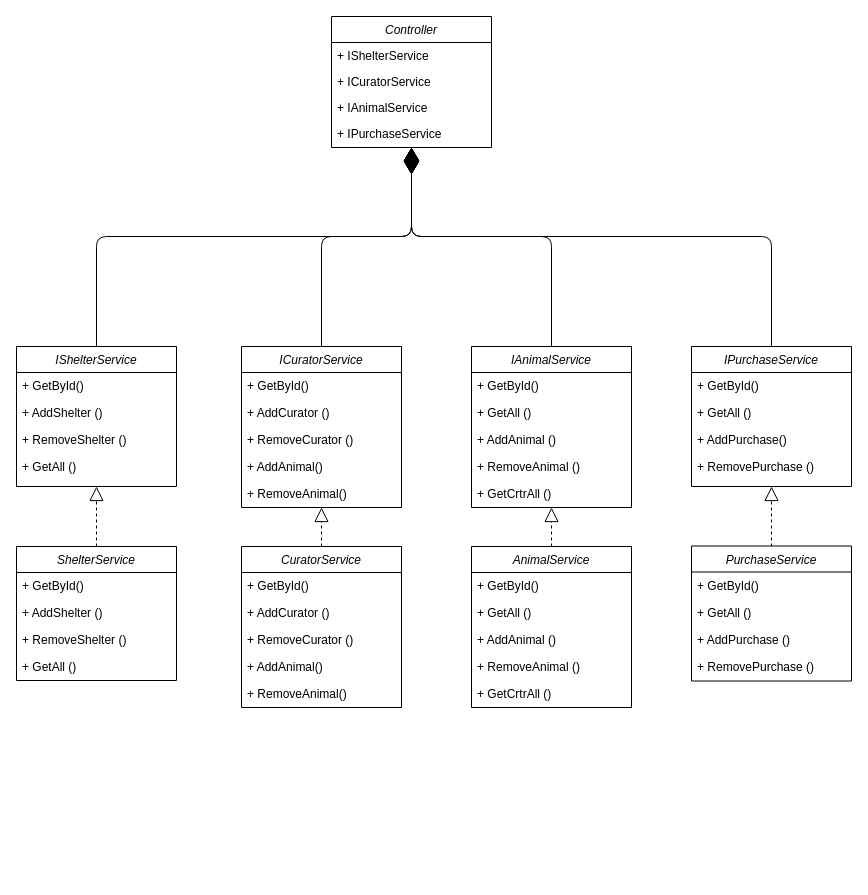
Laiika/bmstu-iu7-sd keeps this draw.io diagram as diagrams/BL.drawio. Above is the earlier version. Source tidied: cells renumbered, new cells numbered last; positions are measured from the earlier drawing's top-left corner, leaving out a move shared by most shapes. Both pictures are drawn from the tidied source at 100%, with x=0, y=0 at pixel (16, 16).
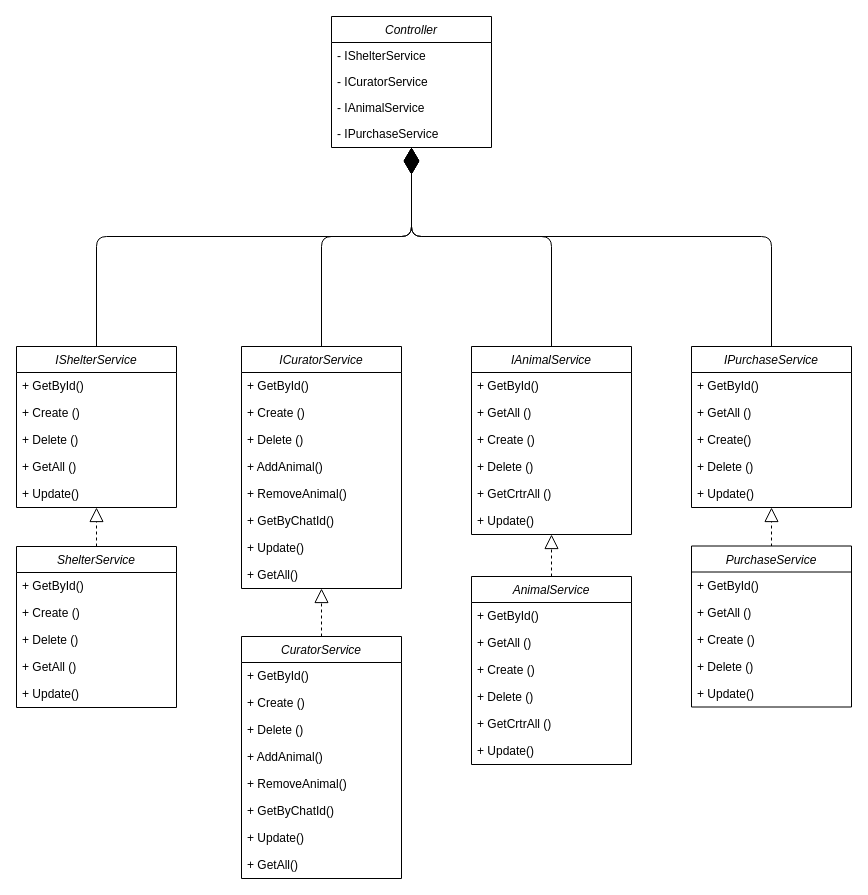
The same page after the edit.

Commit message (it also covers changes not shown here):
пофиксила диаграммы

Unchanged cells that the change refers to:
```xml
<mxCell id="2" value="Controller" style="swimlane;fontStyle=2;align=center;verticalAlign=top;horizontal=1;startSize=26;rounded=0;shadow=0;strokeWidth=1;" parent="1" vertex="1">
  <mxGeometry x="315" width="160" height="131" as="geometry" />
</mxCell>
```

Diff of the diagram source:
```diff
@@
-    <mxCell id="3" value="+ IShelterService" style="text;align=left;verticalAlign=top;spacingLeft=4;spacingRight=4;overflow=hidden;rounded=0;shadow=0;html=0;" parent="2" vertex="1">
+    <mxCell id="3" value="- IShelterService" style="text;align=left;verticalAlign=top;spacingLeft=4;spacingRight=4;overflow=hidden;rounded=0;shadow=0;html=0;" parent="2" vertex="1">
       <mxGeometry y="26" width="160" height="26" as="geometry" />
     </mxCell>
-    <mxCell id="4" value="+ ICuratorService" style="text;align=left;verticalAlign=top;spacingLeft=4;spacingRight=4;overflow=hidden;rounded=0;shadow=0;html=0;" parent="2" vertex="1">
+    <mxCell id="4" value="- ICuratorService" style="text;align=left;verticalAlign=top;spacingLeft=4;spacingRight=4;overflow=hidden;rounded=0;shadow=0;html=0;" parent="2" vertex="1">
       <mxGeometry y="52" width="160" height="26" as="geometry" />
     </mxCell>
-    <mxCell id="5" value="+ IAnimalService" style="text;align=left;verticalAlign=top;spacingLeft=4;spacingRight=4;overflow=hidden;rounded=0;shadow=0;html=0;" parent="2" vertex="1">
+    <mxCell id="5" value="- IAnimalService" style="text;align=left;verticalAlign=top;spacingLeft=4;spacingRight=4;overflow=hidden;rounded=0;shadow=0;html=0;" parent="2" vertex="1">
       <mxGeometry y="78" width="160" height="26" as="geometry" />
     </mxCell>
-    <mxCell id="6" value="+ IPurchaseService" style="text;align=left;verticalAlign=top;spacingLeft=4;spacingRight=4;overflow=hidden;rounded=0;shadow=0;html=0;" parent="2" vertex="1">
+    <mxCell id="6" value="- IPurchaseService" style="text;align=left;verticalAlign=top;spacingLeft=4;spacingRight=4;overflow=hidden;rounded=0;shadow=0;html=0;" parent="2" vertex="1">
       <mxGeometry y="104" width="160" height="27" as="geometry" />
     </mxCell>
     <mxCell id="7" value="IShelterService" style="swimlane;fontStyle=2;align=center;verticalAlign=top;horizontal=1;startSize=26;rounded=0;shadow=0;strokeWidth=1;" parent="1" vertex="1">
-      <mxGeometry y="330" width="160" height="140" as="geometry" />
+      <mxGeometry y="330" width="160" height="161" as="geometry" />
     </mxCell>
@@
-    <mxCell id="9" value="+ AddShelter ()" style="text;align=left;verticalAlign=top;spacingLeft=4;spacingRight=4;overflow=hidden;rounded=0;shadow=0;html=0;" parent="7" vertex="1">
+    <mxCell id="9" value="+ Create ()" style="text;align=left;verticalAlign=top;spacingLeft=4;spacingRight=4;overflow=hidden;rounded=0;shadow=0;html=0;" parent="7" vertex="1">
       <mxGeometry y="53" width="160" height="27" as="geometry" />
     </mxCell>
-    <mxCell id="10" value="+ RemoveShelter ()" style="text;align=left;verticalAlign=top;spacingLeft=4;spacingRight=4;overflow=hidden;rounded=0;shadow=0;html=0;" parent="7" vertex="1">
+    <mxCell id="10" value="+ Delete ()" style="text;align=left;verticalAlign=top;spacingLeft=4;spacingRight=4;overflow=hidden;rounded=0;shadow=0;html=0;" parent="7" vertex="1">
       <mxGeometry y="80" width="160" height="27" as="geometry" />
     </mxCell>
@@
+    <mxCell id="59" value="+ Update()" style="text;align=left;verticalAlign=top;spacingLeft=4;spacingRight=4;overflow=hidden;rounded=0;shadow=0;html=0;" parent="7" vertex="1">
+      <mxGeometry y="134" width="160" height="27" as="geometry" />
+    </mxCell>
     <mxCell id="12" value="ShelterService" style="swimlane;fontStyle=2;align=center;verticalAlign=top;horizontal=1;startSize=26;rounded=0;shadow=0;strokeWidth=1;" parent="1" vertex="1">
-      <mxGeometry y="530" width="160" height="134" as="geometry" />
+      <mxGeometry y="530" width="160" height="161" as="geometry" />
     </mxCell>
@@
-    <mxCell id="14" value="+ AddShelter ()" style="text;align=left;verticalAlign=top;spacingLeft=4;spacingRight=4;overflow=hidden;rounded=0;shadow=0;html=0;" parent="12" vertex="1">
+    <mxCell id="14" value="+ Create ()" style="text;align=left;verticalAlign=top;spacingLeft=4;spacingRight=4;overflow=hidden;rounded=0;shadow=0;html=0;" parent="12" vertex="1">
       <mxGeometry y="53" width="160" height="27" as="geometry" />
     </mxCell>
-    <mxCell id="15" value="+ RemoveShelter ()" style="text;align=left;verticalAlign=top;spacingLeft=4;spacingRight=4;overflow=hidden;rounded=0;shadow=0;html=0;" parent="12" vertex="1">
+    <mxCell id="15" value="+ Delete ()" style="text;align=left;verticalAlign=top;spacingLeft=4;spacingRight=4;overflow=hidden;rounded=0;shadow=0;html=0;" parent="12" vertex="1">
       <mxGeometry y="80" width="160" height="27" as="geometry" />
     </mxCell>
@@
+    <mxCell id="60" value="+ Update()" style="text;align=left;verticalAlign=top;spacingLeft=4;spacingRight=4;overflow=hidden;rounded=0;shadow=0;html=0;" parent="12" vertex="1">
+      <mxGeometry y="134" width="160" height="27" as="geometry" />
+    </mxCell>
@@
     <mxCell id="19" value="ICuratorService" style="swimlane;fontStyle=2;align=center;verticalAlign=top;horizontal=1;startSize=26;rounded=0;shadow=0;strokeWidth=1;" parent="1" vertex="1">
-      <mxGeometry x="225" y="330" width="160" height="161" as="geometry" />
+      <mxGeometry x="225" y="330" width="160" height="242" as="geometry" />
     </mxCell>
@@
-    <mxCell id="21" value="+ AddCurator ()" style="text;align=left;verticalAlign=top;spacingLeft=4;spacingRight=4;overflow=hidden;rounded=0;shadow=0;html=0;" parent="19" vertex="1">
+    <mxCell id="21" value="+ Create ()" style="text;align=left;verticalAlign=top;spacingLeft=4;spacingRight=4;overflow=hidden;rounded=0;shadow=0;html=0;" parent="19" vertex="1">
       <mxGeometry y="53" width="160" height="27" as="geometry" />
     </mxCell>
-    <mxCell id="22" value="+ RemoveCurator ()" style="text;align=left;verticalAlign=top;spacingLeft=4;spacingRight=4;overflow=hidden;rounded=0;shadow=0;html=0;" parent="19" vertex="1">
+    <mxCell id="22" value="+ Delete ()" style="text;align=left;verticalAlign=top;spacingLeft=4;spacingRight=4;overflow=hidden;rounded=0;shadow=0;html=0;" parent="19" vertex="1">
       <mxGeometry y="80" width="160" height="27" as="geometry" />
     </mxCell>
@@
+    <mxCell id="61" value="+ GetByChatId()" style="text;align=left;verticalAlign=top;spacingLeft=4;spacingRight=4;overflow=hidden;rounded=0;shadow=0;html=0;" parent="19" vertex="1">
+      <mxGeometry y="161" width="160" height="27" as="geometry" />
+    </mxCell>
+    <mxCell id="62" value="+ Update()" style="text;align=left;verticalAlign=top;spacingLeft=4;spacingRight=4;overflow=hidden;rounded=0;shadow=0;html=0;" parent="19" vertex="1">
+      <mxGeometry y="188" width="160" height="27" as="geometry" />
+    </mxCell>
+    <mxCell id="63" value="+ GetAll()" style="text;align=left;verticalAlign=top;spacingLeft=4;spacingRight=4;overflow=hidden;rounded=0;shadow=0;html=0;" parent="19" vertex="1">
+      <mxGeometry y="215" width="160" height="27" as="geometry" />
+    </mxCell>
     <mxCell id="25" value="CuratorService" style="swimlane;fontStyle=2;align=center;verticalAlign=top;horizontal=1;startSize=26;rounded=0;shadow=0;strokeWidth=1;" parent="1" vertex="1">
-      <mxGeometry x="225" y="530" width="160" height="161" as="geometry" />
+      <mxGeometry x="225" y="620" width="160" height="242" as="geometry" />
     </mxCell>
@@
-    <mxCell id="27" value="+ AddCurator ()" style="text;align=left;verticalAlign=top;spacingLeft=4;spacingRight=4;overflow=hidden;rounded=0;shadow=0;html=0;" parent="25" vertex="1">
+    <mxCell id="27" value="+ Create ()" style="text;align=left;verticalAlign=top;spacingLeft=4;spacingRight=4;overflow=hidden;rounded=0;shadow=0;html=0;" parent="25" vertex="1">
       <mxGeometry y="53" width="160" height="27" as="geometry" />
     </mxCell>
-    <mxCell id="28" value="+ RemoveCurator ()" style="text;align=left;verticalAlign=top;spacingLeft=4;spacingRight=4;overflow=hidden;rounded=0;shadow=0;html=0;" parent="25" vertex="1">
+    <mxCell id="28" value="+ Delete ()" style="text;align=left;verticalAlign=top;spacingLeft=4;spacingRight=4;overflow=hidden;rounded=0;shadow=0;html=0;" parent="25" vertex="1">
       <mxGeometry y="80" width="160" height="27" as="geometry" />
     </mxCell>
@@
+    <mxCell id="64" value="+ GetByChatId()" style="text;align=left;verticalAlign=top;spacingLeft=4;spacingRight=4;overflow=hidden;rounded=0;shadow=0;html=0;" parent="25" vertex="1">
+      <mxGeometry y="161" width="160" height="27" as="geometry" />
+    </mxCell>
+    <mxCell id="65" value="+ Update()" style="text;align=left;verticalAlign=top;spacingLeft=4;spacingRight=4;overflow=hidden;rounded=0;shadow=0;html=0;" parent="25" vertex="1">
+      <mxGeometry y="188" width="160" height="27" as="geometry" />
+    </mxCell>
+    <mxCell id="66" value="+ GetAll()" style="text;align=left;verticalAlign=top;spacingLeft=4;spacingRight=4;overflow=hidden;rounded=0;shadow=0;html=0;" parent="25" vertex="1">
+      <mxGeometry y="215" width="160" height="27" as="geometry" />
+    </mxCell>
@@
     <mxCell id="33" value="IAnimalService" style="swimlane;fontStyle=2;align=center;verticalAlign=top;horizontal=1;startSize=26;rounded=0;shadow=0;strokeWidth=1;" parent="1" vertex="1">
-      <mxGeometry x="455" y="330" width="160" height="161" as="geometry" />
+      <mxGeometry x="455" y="330" width="160" height="188" as="geometry" />
     </mxCell>
@@
-    <mxCell id="36" value="+ AddAnimal ()" style="text;align=left;verticalAlign=top;spacingLeft=4;spacingRight=4;overflow=hidden;rounded=0;shadow=0;html=0;" parent="33" vertex="1">
+    <mxCell id="36" value="+ Create ()" style="text;align=left;verticalAlign=top;spacingLeft=4;spacingRight=4;overflow=hidden;rounded=0;shadow=0;html=0;" parent="33" vertex="1">
       <mxGeometry y="80" width="160" height="27" as="geometry" />
     </mxCell>
-    <mxCell id="37" value="+ RemoveAnimal ()" style="text;align=left;verticalAlign=top;spacingLeft=4;spacingRight=4;overflow=hidden;rounded=0;shadow=0;html=0;" parent="33" vertex="1">
+    <mxCell id="37" value="+ Delete ()" style="text;align=left;verticalAlign=top;spacingLeft=4;spacingRight=4;overflow=hidden;rounded=0;shadow=0;html=0;" parent="33" vertex="1">
       <mxGeometry y="107" width="160" height="27" as="geometry" />
     </mxCell>
@@
+    <mxCell id="67" value="+ Update()" style="text;align=left;verticalAlign=top;spacingLeft=4;spacingRight=4;overflow=hidden;rounded=0;shadow=0;html=0;" parent="33" vertex="1">
+      <mxGeometry y="161" width="160" height="27" as="geometry" />
+    </mxCell>
     <mxCell id="39" value="AnimalService" style="swimlane;fontStyle=2;align=center;verticalAlign=top;horizontal=1;startSize=26;rounded=0;shadow=0;strokeWidth=1;" parent="1" vertex="1">
-      <mxGeometry x="455" y="530" width="160" height="161" as="geometry" />
+      <mxGeometry x="455" y="560" width="160" height="188" as="geometry" />
     </mxCell>
@@
-    <mxCell id="42" value="+ AddAnimal ()" style="text;align=left;verticalAlign=top;spacingLeft=4;spacingRight=4;overflow=hidden;rounded=0;shadow=0;html=0;" parent="39" vertex="1">
+    <mxCell id="42" value="+ Create ()" style="text;align=left;verticalAlign=top;spacingLeft=4;spacingRight=4;overflow=hidden;rounded=0;shadow=0;html=0;" parent="39" vertex="1">
       <mxGeometry y="80" width="160" height="27" as="geometry" />
     </mxCell>
-    <mxCell id="43" value="+ RemoveAnimal ()" style="text;align=left;verticalAlign=top;spacingLeft=4;spacingRight=4;overflow=hidden;rounded=0;shadow=0;html=0;" parent="39" vertex="1">
+    <mxCell id="43" value="+ Delete ()" style="text;align=left;verticalAlign=top;spacingLeft=4;spacingRight=4;overflow=hidden;rounded=0;shadow=0;html=0;" parent="39" vertex="1">
       <mxGeometry y="107" width="160" height="27" as="geometry" />
     </mxCell>
@@
+    <mxCell id="68" value="+ Update()" style="text;align=left;verticalAlign=top;spacingLeft=4;spacingRight=4;overflow=hidden;rounded=0;shadow=0;html=0;" parent="39" vertex="1">
+      <mxGeometry y="161" width="160" height="27" as="geometry" />
+    </mxCell>
@@
     <mxCell id="47" value="IPurchaseService" style="swimlane;fontStyle=2;align=center;verticalAlign=top;horizontal=1;startSize=26;rounded=0;shadow=0;strokeWidth=1;" parent="1" vertex="1">
-      <mxGeometry x="675" y="330" width="160" height="140" as="geometry" />
+      <mxGeometry x="675" y="330" width="160" height="161" as="geometry" />
     </mxCell>
@@
-    <mxCell id="50" value="+ AddPurchase()" style="text;align=left;verticalAlign=top;spacingLeft=4;spacingRight=4;overflow=hidden;rounded=0;shadow=0;html=0;" parent="47" vertex="1">
+    <mxCell id="50" value="+ Create()" style="text;align=left;verticalAlign=top;spacingLeft=4;spacingRight=4;overflow=hidden;rounded=0;shadow=0;html=0;" parent="47" vertex="1">
       <mxGeometry y="80" width="160" height="27" as="geometry" />
     </mxCell>
-    <mxCell id="51" value="+ RemovePurchase ()" style="text;align=left;verticalAlign=top;spacingLeft=4;spacingRight=4;overflow=hidden;rounded=0;shadow=0;html=0;" parent="47" vertex="1">
+    <mxCell id="51" value="+ Delete ()" style="text;align=left;verticalAlign=top;spacingLeft=4;spacingRight=4;overflow=hidden;rounded=0;shadow=0;html=0;" parent="47" vertex="1">
       <mxGeometry y="107" width="160" height="27" as="geometry" />
     </mxCell>
+    <mxCell id="69" value="+ Update()" style="text;align=left;verticalAlign=top;spacingLeft=4;spacingRight=4;overflow=hidden;rounded=0;shadow=0;html=0;" parent="47" vertex="1">
+      <mxGeometry y="134" width="160" height="27" as="geometry" />
+    </mxCell>
@@
     <mxCell id="54" value="PurchaseService" style="swimlane;fontStyle=2;align=center;verticalAlign=top;horizontal=1;startSize=26;rounded=0;shadow=0;strokeWidth=1;" parent="1" vertex="1">
-      <mxGeometry x="675" y="529.5" width="160" height="135" as="geometry" />
+      <mxGeometry x="675" y="529.5" width="160" height="161" as="geometry" />
     </mxCell>
@@
-    <mxCell id="57" value="+ AddPurchase ()" style="text;align=left;verticalAlign=top;spacingLeft=4;spacingRight=4;overflow=hidden;rounded=0;shadow=0;html=0;" parent="54" vertex="1">
+    <mxCell id="57" value="+ Create ()" style="text;align=left;verticalAlign=top;spacingLeft=4;spacingRight=4;overflow=hidden;rounded=0;shadow=0;html=0;" parent="54" vertex="1">
       <mxGeometry y="80" width="160" height="27" as="geometry" />
     </mxCell>
-    <mxCell id="58" value="+ RemovePurchase ()" style="text;align=left;verticalAlign=top;spacingLeft=4;spacingRight=4;overflow=hidden;rounded=0;shadow=0;html=0;" parent="54" vertex="1">
+    <mxCell id="58" value="+ Delete ()" style="text;align=left;verticalAlign=top;spacingLeft=4;spacingRight=4;overflow=hidden;rounded=0;shadow=0;html=0;" parent="54" vertex="1">
       <mxGeometry y="107" width="160" height="27" as="geometry" />
     </mxCell>
+    <mxCell id="70" value="+ Update()" style="text;align=left;verticalAlign=top;spacingLeft=4;spacingRight=4;overflow=hidden;rounded=0;shadow=0;html=0;" parent="54" vertex="1">
+      <mxGeometry y="134" width="160" height="27" as="geometry" />
+    </mxCell>
```
